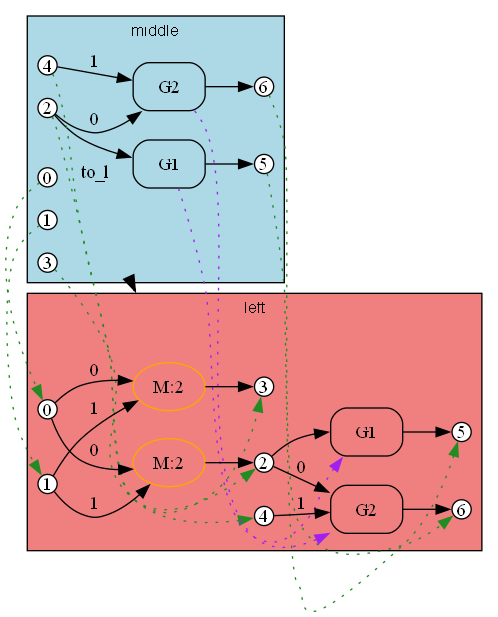
ammatsui/bhypvis keeps this Graphviz diagram as crates/bhyp/images/test_copy_subst_commute/path1_substitution_result_span_to_l.png. Above is the earlier version. Its source is kept beside it as crates/bhyp/images/test_copy_subst_commute/path1_substitution_result_span_to_l.dot. The source it was exported from:
```dot
digraph Morphism {
  fontname="Helvetica"
  fontsize=12
  rankdir=LR;
  compound=true;
  newrank=true;

  subgraph cluster_domain {
    label="middle";
    style=filled;
    fillcolor="lightblue";
    fontname="Helvetica";
    fontsize=12;

    dom_n6 [label="6", shape=circle, style=filled, fillcolor=white, color="black", width=0.2, height=0.2, fixedsize=true];
    dom_n5 [label="5", shape=circle, style=filled, fillcolor=white, color="black", width=0.2, height=0.2, fixedsize=true];
    dom_n3 [label="3", shape=circle, style=filled, fillcolor=white, color="black", width=0.2, height=0.2, fixedsize=true];
    dom_n1 [label="1", shape=circle, style=filled, fillcolor=white, color="black", width=0.2, height=0.2, fixedsize=true];
    dom_n2 [label="2", shape=circle, style=filled, fillcolor=white, color="black", width=0.2, height=0.2, fixedsize=true];
    dom_n4 [label="4", shape=circle, style=filled, fillcolor=white, color="black", width=0.2, height=0.2, fixedsize=true];
    dom_n0 [label="0", shape=circle, style=filled, fillcolor=white, color="black", width=0.2, height=0.2, fixedsize=true];
    dom_e0 [label="G2", shape=box, style=rounded, color="black"];
    dom_e1 [label="G1", shape=box, style=rounded, color="black"];
    dom_n2 -> dom_e0 [label="0"];
    dom_n4 -> dom_e0 [label="1"];
    dom_e0 -> dom_n6 [label=""];
    dom_n2 -> dom_e1 [label=""];
    dom_e1 -> dom_n5 [label=""];
    dom_anchor [shape=point, width=0, height=0, style=invis];
  }

  subgraph cluster_codomain {
    label="left";
    style=filled;
    fillcolor="lightcoral";
    fontname="Helvetica";
    fontsize=12;

    cod_n4 [label="4", shape=circle, style=filled, fillcolor=white, color="black", width=0.2, height=0.2, fixedsize=true];
    cod_n3 [label="3", shape=circle, style=filled, fillcolor=white, color="black", width=0.2, height=0.2, fixedsize=true];
    cod_n5 [label="5", shape=circle, style=filled, fillcolor=white, color="black", width=0.2, height=0.2, fixedsize=true];
    cod_n6 [label="6", shape=circle, style=filled, fillcolor=white, color="black", width=0.2, height=0.2, fixedsize=true];
    cod_n1 [label="1", shape=circle, style=filled, fillcolor=white, color="black", width=0.2, height=0.2, fixedsize=true];
    cod_n2 [label="2", shape=circle, style=filled, fillcolor=white, color="black", width=0.2, height=0.2, fixedsize=true];
    cod_n0 [label="0", shape=circle, style=filled, fillcolor=white, color="black", width=0.2, height=0.2, fixedsize=true];
    cod_e1 [label="M:2", shape=ellipse, style=rounded, color="orange"];
    cod_e0 [label="M:2", shape=ellipse, style=rounded, color="orange"];
    cod_e3 [label="G1", shape=box, style=rounded, color="black"];
    cod_e2 [label="G2", shape=box, style=rounded, color="black"];
    cod_n0 -> cod_e1 [label="0"];
    cod_n1 -> cod_e1 [label="1"];
    cod_e1 -> cod_n3 [label=""];
    cod_n0 -> cod_e0 [label="0"];
    cod_n1 -> cod_e0 [label="1"];
    cod_e0 -> cod_n2 [label=""];
    cod_n2 -> cod_e3 [label=""];
    cod_e3 -> cod_n5 [label=""];
    cod_n2 -> cod_e2 [label="0"];
    cod_n4 -> cod_e2 [label="1"];
    cod_e2 -> cod_n6 [label=""];
    cod_anchor [shape=point, width=0, height=0, style=invis];
  }

  dom_n0 -> cod_n0 [style=dotted, color=forestgreen, constraint=false];
  dom_n2 -> cod_n2 [style=dotted, color=forestgreen, constraint=false];
  dom_n4 -> cod_n4 [style=dotted, color=forestgreen, constraint=false];
  dom_n3 -> cod_n3 [style=dotted, color=forestgreen, constraint=false];
  dom_n6 -> cod_n6 [style=dotted, color=forestgreen, constraint=false];
  dom_n1 -> cod_n1 [style=dotted, color=forestgreen, constraint=false];
  dom_n5 -> cod_n5 [style=dotted, color=forestgreen, constraint=false];
  dom_e1 -> cod_e3 [style=dotted, color=purple, constraint=false];
  dom_e0 -> cod_e2 [style=dotted, color=purple, constraint=false];

  dom_anchor -> cod_anchor [lhead=cluster_codomain, ltail=cluster_domain, style=bold, color=black, label="to_l", penwidth=2];
}
```
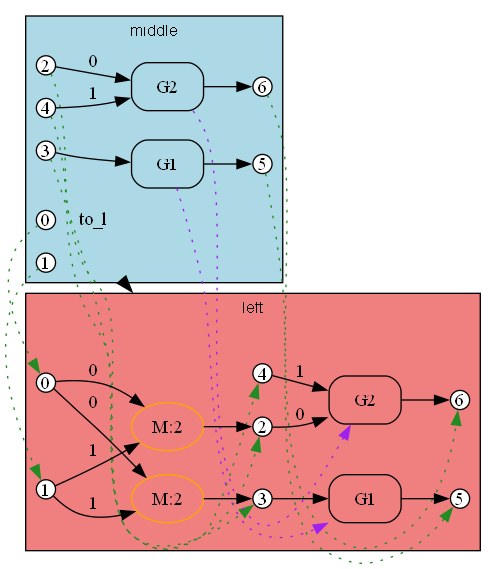
The same diagram one commit later.

Change to the diagram source:
```diff
@@ -13,18 +13,18 @@
     fontsize=12;
 
     dom_n6 [label="6", shape=circle, style=filled, fillcolor=white, color="black", width=0.2, height=0.2, fixedsize=true];
-    dom_n5 [label="5", shape=circle, style=filled, fillcolor=white, color="black", width=0.2, height=0.2, fixedsize=true];
     dom_n3 [label="3", shape=circle, style=filled, fillcolor=white, color="black", width=0.2, height=0.2, fixedsize=true];
     dom_n1 [label="1", shape=circle, style=filled, fillcolor=white, color="black", width=0.2, height=0.2, fixedsize=true];
     dom_n2 [label="2", shape=circle, style=filled, fillcolor=white, color="black", width=0.2, height=0.2, fixedsize=true];
+    dom_n0 [label="0", shape=circle, style=filled, fillcolor=white, color="black", width=0.2, height=0.2, fixedsize=true];
+    dom_n5 [label="5", shape=circle, style=filled, fillcolor=white, color="black", width=0.2, height=0.2, fixedsize=true];
     dom_n4 [label="4", shape=circle, style=filled, fillcolor=white, color="black", width=0.2, height=0.2, fixedsize=true];
-    dom_n0 [label="0", shape=circle, style=filled, fillcolor=white, color="black", width=0.2, height=0.2, fixedsize=true];
     dom_e0 [label="G2", shape=box, style=rounded, color="black"];
     dom_e1 [label="G1", shape=box, style=rounded, color="black"];
     dom_n2 -> dom_e0 [label="0"];
     dom_n4 -> dom_e0 [label="1"];
     dom_e0 -> dom_n6 [label=""];
-    dom_n2 -> dom_e1 [label=""];
+    dom_n3 -> dom_e1 [label=""];
     dom_e1 -> dom_n5 [label=""];
     dom_anchor [shape=point, width=0, height=0, style=invis];
   }
@@ -36,38 +36,38 @@
     fontname="Helvetica";
     fontsize=12;
 
+    cod_n1 [label="1", shape=circle, style=filled, fillcolor=white, color="black", width=0.2, height=0.2, fixedsize=true];
+    cod_n6 [label="6", shape=circle, style=filled, fillcolor=white, color="black", width=0.2, height=0.2, fixedsize=true];
+    cod_n0 [label="0", shape=circle, style=filled, fillcolor=white, color="black", width=0.2, height=0.2, fixedsize=true];
+    cod_n5 [label="5", shape=circle, style=filled, fillcolor=white, color="black", width=0.2, height=0.2, fixedsize=true];
+    cod_n3 [label="3", shape=circle, style=filled, fillcolor=white, color="black", width=0.2, height=0.2, fixedsize=true];
+    cod_n2 [label="2", shape=circle, style=filled, fillcolor=white, color="black", width=0.2, height=0.2, fixedsize=true];
     cod_n4 [label="4", shape=circle, style=filled, fillcolor=white, color="black", width=0.2, height=0.2, fixedsize=true];
-    cod_n3 [label="3", shape=circle, style=filled, fillcolor=white, color="black", width=0.2, height=0.2, fixedsize=true];
-    cod_n5 [label="5", shape=circle, style=filled, fillcolor=white, color="black", width=0.2, height=0.2, fixedsize=true];
-    cod_n6 [label="6", shape=circle, style=filled, fillcolor=white, color="black", width=0.2, height=0.2, fixedsize=true];
-    cod_n1 [label="1", shape=circle, style=filled, fillcolor=white, color="black", width=0.2, height=0.2, fixedsize=true];
-    cod_n2 [label="2", shape=circle, style=filled, fillcolor=white, color="black", width=0.2, height=0.2, fixedsize=true];
-    cod_n0 [label="0", shape=circle, style=filled, fillcolor=white, color="black", width=0.2, height=0.2, fixedsize=true];
+    cod_e2 [label="G2", shape=box, style=rounded, color="black"];
     cod_e1 [label="M:2", shape=ellipse, style=rounded, color="orange"];
     cod_e0 [label="M:2", shape=ellipse, style=rounded, color="orange"];
     cod_e3 [label="G1", shape=box, style=rounded, color="black"];
-    cod_e2 [label="G2", shape=box, style=rounded, color="black"];
+    cod_n2 -> cod_e2 [label="0"];
+    cod_n4 -> cod_e2 [label="1"];
+    cod_e2 -> cod_n6 [label=""];
     cod_n0 -> cod_e1 [label="0"];
     cod_n1 -> cod_e1 [label="1"];
     cod_e1 -> cod_n3 [label=""];
     cod_n0 -> cod_e0 [label="0"];
     cod_n1 -> cod_e0 [label="1"];
     cod_e0 -> cod_n2 [label=""];
-    cod_n2 -> cod_e3 [label=""];
+    cod_n3 -> cod_e3 [label=""];
     cod_e3 -> cod_n5 [label=""];
-    cod_n2 -> cod_e2 [label="0"];
-    cod_n4 -> cod_e2 [label="1"];
-    cod_e2 -> cod_n6 [label=""];
     cod_anchor [shape=point, width=0, height=0, style=invis];
   }
 
+  dom_n2 -> cod_n2 [style=dotted, color=forestgreen, constraint=false];
+  dom_n3 -> cod_n3 [style=dotted, color=forestgreen, constraint=false];
+  dom_n5 -> cod_n5 [style=dotted, color=forestgreen, constraint=false];
   dom_n0 -> cod_n0 [style=dotted, color=forestgreen, constraint=false];
-  dom_n2 -> cod_n2 [style=dotted, color=forestgreen, constraint=false];
   dom_n4 -> cod_n4 [style=dotted, color=forestgreen, constraint=false];
-  dom_n3 -> cod_n3 [style=dotted, color=forestgreen, constraint=false];
   dom_n6 -> cod_n6 [style=dotted, color=forestgreen, constraint=false];
   dom_n1 -> cod_n1 [style=dotted, color=forestgreen, constraint=false];
-  dom_n5 -> cod_n5 [style=dotted, color=forestgreen, constraint=false];
   dom_e1 -> cod_e3 [style=dotted, color=purple, constraint=false];
   dom_e0 -> cod_e2 [style=dotted, color=purple, constraint=false];
 
```
